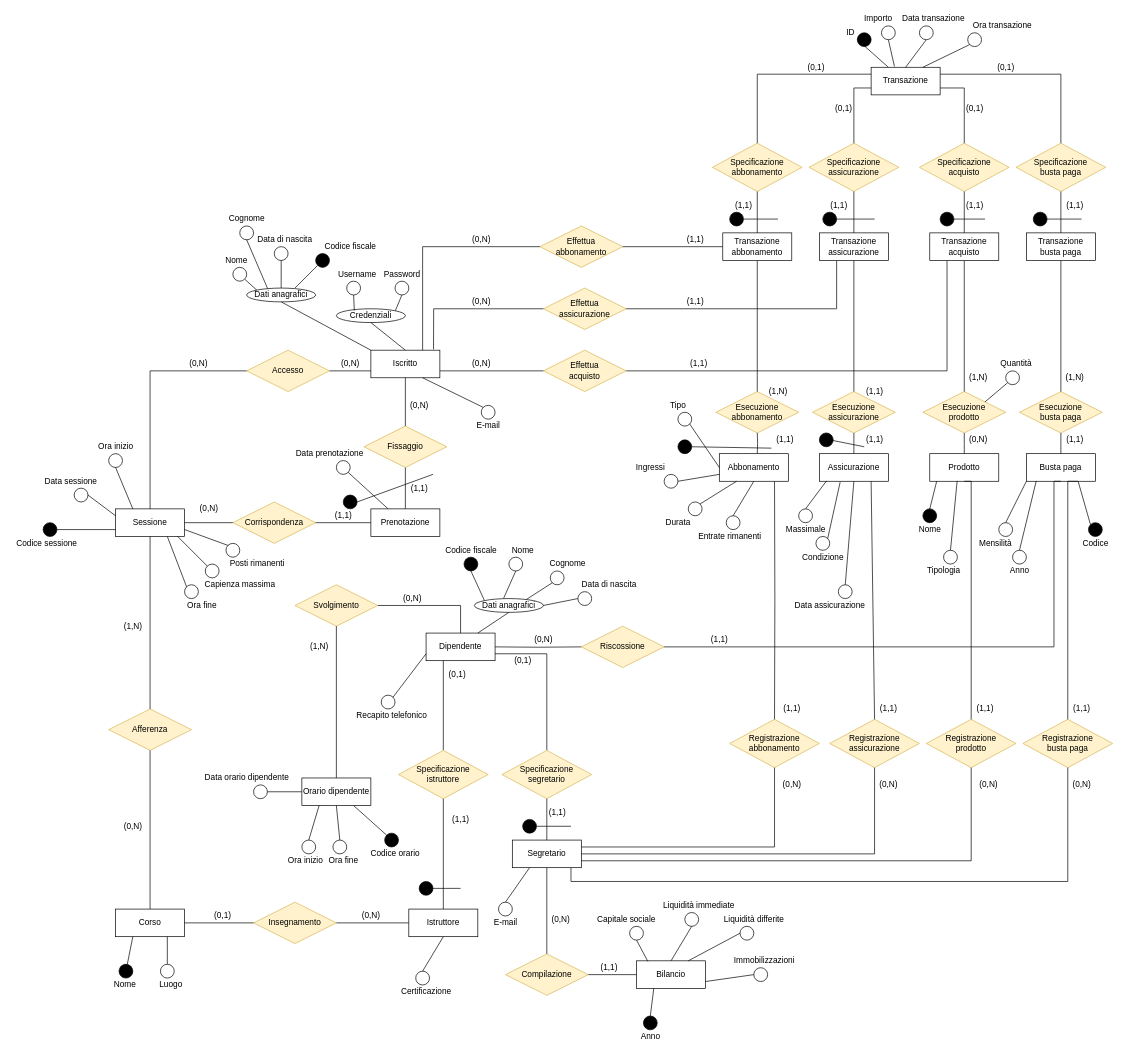
Before: Diagrammi ER/ER_senza_gerarchie.drawio in DavideNunin/anconarockclimb, a draw.io diagram. Source tidied: cells renumbered, new cells numbered last; positions are measured from the earlier drawing's top-left corner, leaving out a move shared by most shapes. Both pictures are drawn from the tidied source at 69%, with x=0, y=0 at pixel (12, 12).
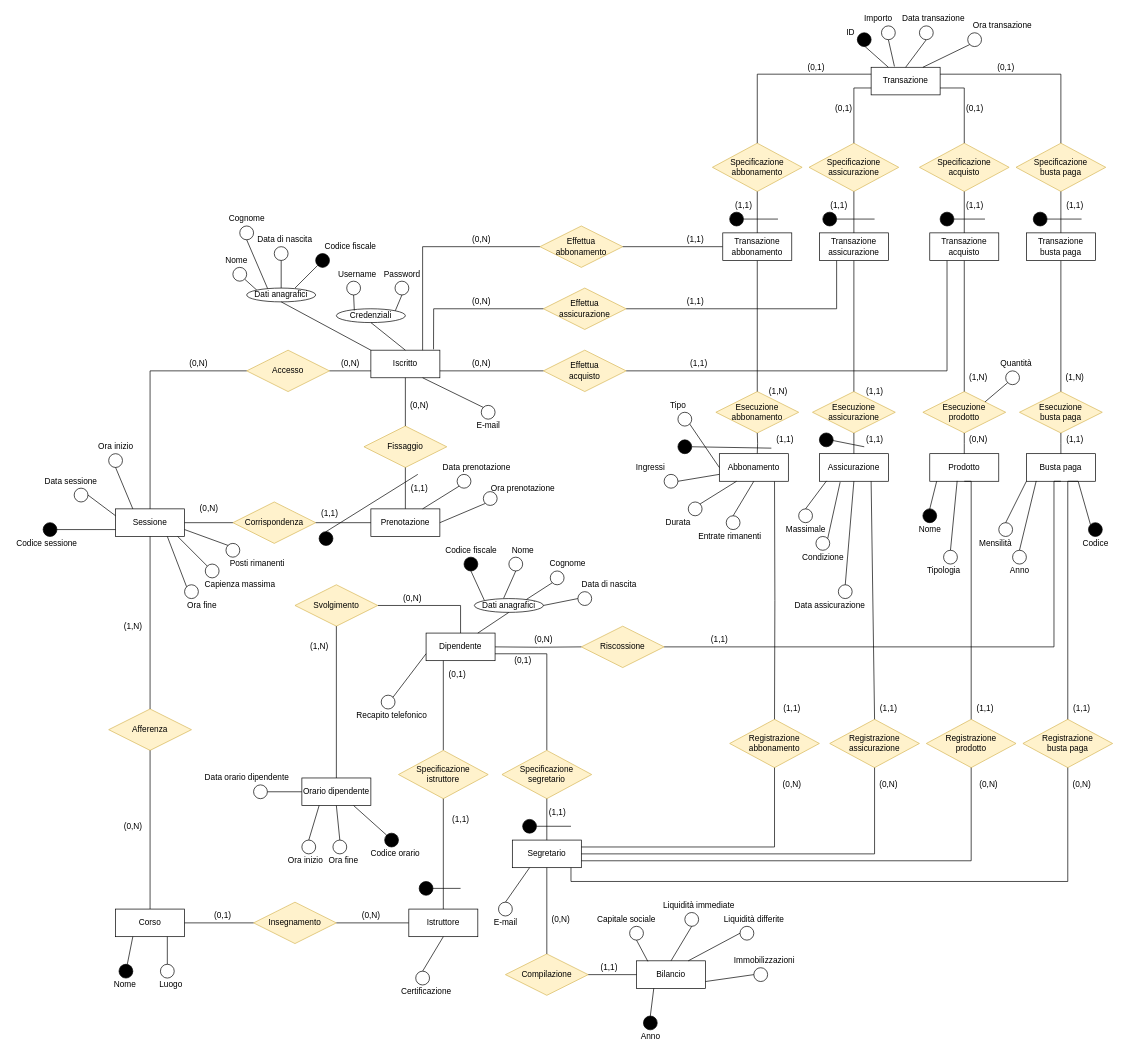
Above is the later version.

The change refers to these unchanged cells:
```xml
<mxCell id="9" value="Prenotazione" style="whiteSpace=wrap;html=1;align=center;" parent="1" vertex="1">
  <mxGeometry x="520" y="720" width="100" height="40" as="geometry" />
</mxCell>
```

The edit, as a diff of the source:
```diff
@@
     <mxCell id="103" value="(1,1)" style="text;html=1;align=center;verticalAlign=middle;strokeColor=none;fillColor=none;" parent="1" vertex="1">
-      <mxGeometry x="460" y="720" width="40" height="20" as="geometry" />
+      <mxGeometry x="440" y="717" width="40" height="20" as="geometry" />
     </mxCell>
@@
     <mxCell id="133" style="ellipse;whiteSpace=wrap;html=1;glass=0;" parent="1" vertex="1">
-      <mxGeometry x="470" y="650" width="20" height="20" as="geometry" />
+      <mxGeometry x="645" y="670" width="20" height="20" as="geometry" />
     </mxCell>
     <mxCell id="134" value="Data prenotazione" style="text;html=1;align=center;verticalAlign=middle;strokeColor=none;fillColor=none;" parent="1" vertex="1">
-      <mxGeometry x="405" y="630" width="110" height="20" as="geometry" />
+      <mxGeometry x="618" y="650" width="110" height="20" as="geometry" />
     </mxCell>
-    <mxCell id="135" style="endArrow=none;html=1;rounded=0;entryX=0.25;entryY=0;entryDx=0;entryDy=0;exitX=1;exitY=1;exitDx=0;exitDy=0;" parent="1" edge="1" source="133" target="9">
+    <mxCell id="135" style="endArrow=none;html=1;rounded=0;entryX=0.75;entryY=0;entryDx=0;entryDy=0;exitX=0;exitY=1;exitDx=0;exitDy=0;" parent="1" edge="1" source="133" target="9">
       <mxGeometry relative="1" as="geometry" />
     </mxCell>
     <mxCell id="136" style="ellipse;whiteSpace=wrap;html=1;glass=0;fillColor=#000000;" parent="1" vertex="1">
-      <mxGeometry x="480" y="700" width="20" height="20" as="geometry" />
+      <mxGeometry x="445" y="753" width="20" height="20" as="geometry" />
     </mxCell>
-    <mxCell id="137" style="endArrow=none;html=1;rounded=0;exitX=1;exitY=0.5;exitDx=0;exitDy=0;" parent="1" edge="1" source="136">
+    <mxCell id="137" style="endArrow=none;html=1;rounded=0;exitX=0.5;exitY=0;exitDx=0;exitDy=0;" parent="1" edge="1" source="136">
       <mxGeometry relative="1" as="geometry">
-        <mxPoint x="610" y="670" as="targetPoint" />
+        <mxPoint x="588" y="670" as="targetPoint" />
       </mxGeometry>
     </mxCell>
@@
+    <mxCell id="318" style="endArrow=none;html=1;rounded=0;entryX=1;entryY=0.5;entryDx=0;entryDy=0;exitX=0;exitY=1;exitDx=0;exitDy=0;" parent="1" edge="1" source="319" target="9">
+      <mxGeometry relative="1" as="geometry" />
+    </mxCell>
+    <mxCell id="319" style="ellipse;whiteSpace=wrap;html=1;glass=0;" parent="1" vertex="1">
+      <mxGeometry x="683" y="695" width="20" height="20" as="geometry" />
+    </mxCell>
+    <mxCell id="320" value="Ora prenotazione" style="text;html=1;align=center;verticalAlign=middle;strokeColor=none;fillColor=none;" parent="1" vertex="1">
+      <mxGeometry x="688.5" y="681" width="103" height="18" as="geometry" />
+    </mxCell>
```
